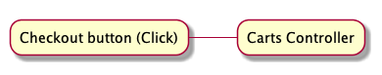
The PlantUML diagram img/mm-checkout-add-to-cart.png in uriel1000bulbs/strangler-notes, before a commit.
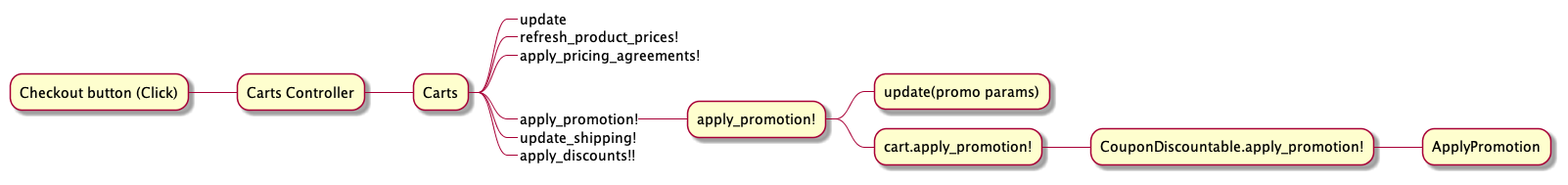
After the change.

What changed in the source:
```diff
@@ -1,4 +1,16 @@
 @startmindmap
-+ Checkout button (Click)
-++ Carts Controller
+* Checkout button (Click)
+** Carts Controller
+*** Carts
+****_ update
+****_ refresh_product_prices!
+****_ apply_pricing_agreements!
+****_ apply_promotion!
+***** apply_promotion!
+****** update(promo params)
+****** cart.apply_promotion!
+******* CouponDiscountable.apply_promotion!
+******** ApplyPromotion
+****_ update_shipping!
+****_ apply_discounts!!
 @endmindmap
```
